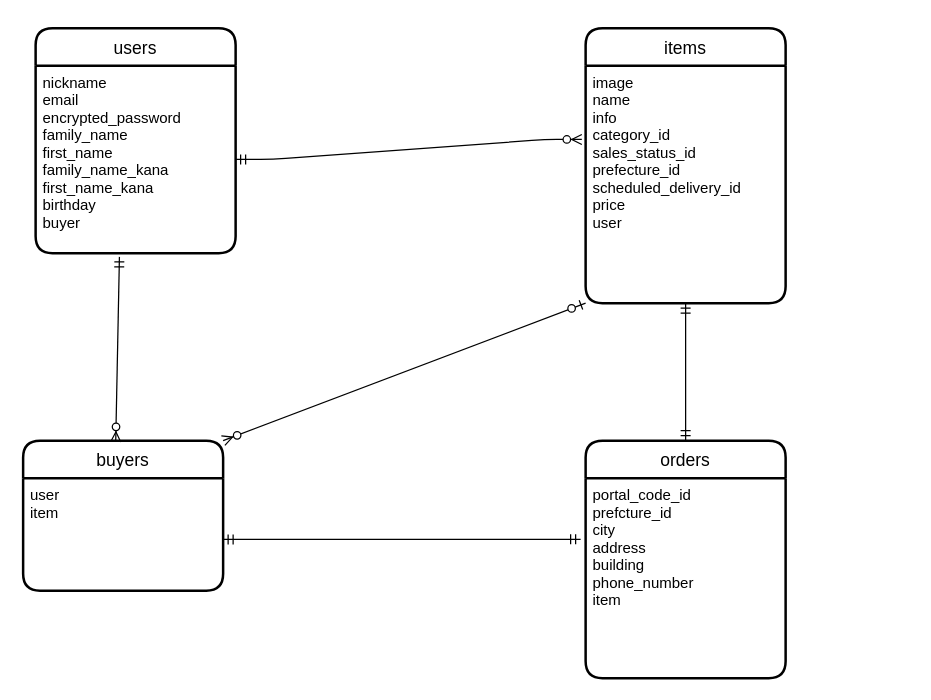
Before: db.dio in Jun922/furima-34716, a draw.io diagram. Source tidied: cells renumbered, new cells numbered last; positions are measured from the earlier drawing's top-left corner, leaving out a move shared by most shapes. Both pictures are drawn from the tidied source at 125%, with x=0, y=0 at pixel (22, 28).
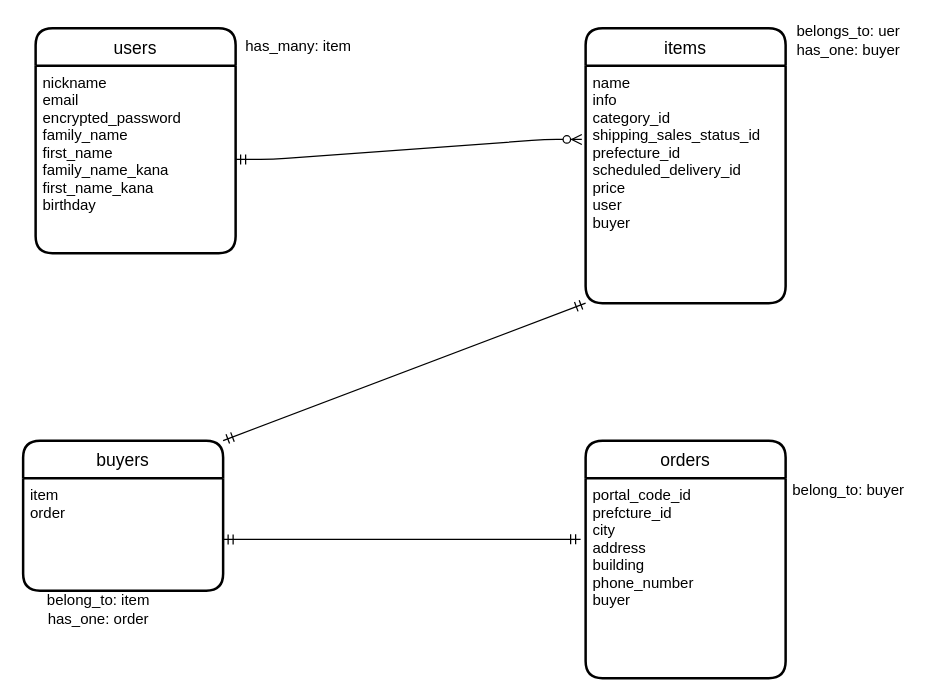
The same diagram, later.

What changed in the source:
```diff
@@
 <mxGraphModel>
   <root>
     <mxCell id="0" />
     <mxCell id="1" parent="0" />
     <mxCell id="2" value="users" style="swimlane;horizontal=1;startSize=30;rounded=1;fontSize=14;fontStyle=0;strokeWidth=2;shadow=0;dashed=0;align=center;" parent="1" vertex="1">
       <mxGeometry x="10" width="160" height="180" as="geometry" />
     </mxCell>
-    <mxCell id="3" value="nickname&#10;email&#10;encrypted_password&#10;family_name&#10;first_name&#10;family_name_kana&#10;first_name_kana&#10;birthday&#10;buyer" style="align=left;strokeColor=none;fillColor=none;spacingLeft=4;fontSize=12;verticalAlign=top;" parent="2" vertex="1">
+    <mxCell id="3" value="nickname&#10;email&#10;encrypted_password&#10;family_name&#10;first_name&#10;family_name_kana&#10;first_name_kana&#10;birthday" style="align=left;strokeColor=none;fillColor=none;spacingLeft=4;fontSize=12;verticalAlign=top;" parent="2" vertex="1">
       <mxGeometry y="30" width="160" height="150" as="geometry" />
     </mxCell>
     <mxCell id="4" value="items" style="swimlane;horizontal=1;startSize=30;rounded=1;fontSize=14;fontStyle=0;strokeWidth=2;shadow=0;dashed=0;align=center;" parent="1" vertex="1">
       <mxGeometry x="450" width="160" height="220" as="geometry" />
     </mxCell>
-    <mxCell id="5" value="image&#10;name&#10;info&#10;category_id&#10;sales_status_id&#10;prefecture_id&#10;scheduled_delivery_id&#10;price&#10;user" style="align=left;strokeColor=none;fillColor=none;spacingLeft=4;fontSize=12;verticalAlign=top;" parent="4" vertex="1">
+    <mxCell id="5" value="name&#10;info&#10;category_id&#10;shipping_sales_status_id&#10;prefecture_id&#10;scheduled_delivery_id&#10;price&#10;user&#10;buyer" style="align=left;strokeColor=none;fillColor=none;spacingLeft=4;fontSize=12;verticalAlign=top;fontStyle=0;" parent="4" vertex="1">
       <mxGeometry y="30" width="160" height="190" as="geometry" />
     </mxCell>
     <mxCell id="6" value="buyers" style="swimlane;horizontal=1;startSize=30;rounded=1;fontSize=14;fontStyle=0;strokeWidth=2;shadow=0;dashed=0;align=center;" parent="1" vertex="1">
       <mxGeometry y="330" width="160" height="120" as="geometry" />
     </mxCell>
-    <mxCell id="7" value="user&#10;item" style="align=left;strokeColor=none;fillColor=none;spacingLeft=4;fontSize=12;verticalAlign=top;" parent="6" vertex="1">
+    <mxCell id="7" value="item&#10;order" style="align=left;strokeColor=none;fillColor=none;spacingLeft=4;fontSize=12;verticalAlign=top;" parent="6" vertex="1">
       <mxGeometry y="30" width="160" height="90" as="geometry" />
     </mxCell>
     <mxCell id="8" value="orders" style="swimlane;horizontal=1;startSize=30;rounded=1;fontSize=14;fontStyle=0;strokeWidth=2;shadow=0;dashed=0;align=center;" parent="1" vertex="1">
       <mxGeometry x="450" y="330" width="160" height="190" as="geometry" />
     </mxCell>
-    <mxCell id="9" value="portal_code_id&#10;prefcture_id&#10;city&#10;address&#10;building&#10;phone_number&#10;item" style="align=left;strokeColor=none;fillColor=none;spacingLeft=4;fontSize=12;verticalAlign=top;" parent="8" vertex="1">
+    <mxCell id="9" value="portal_code_id&#10;prefcture_id&#10;city&#10;address&#10;building&#10;phone_number&#10;buyer" style="align=left;strokeColor=none;fillColor=none;spacingLeft=4;fontSize=12;verticalAlign=top;" parent="8" vertex="1">
       <mxGeometry y="30" width="160" height="160" as="geometry" />
     </mxCell>
     <mxCell id="10" style="edgeStyle=entityRelationEdgeStyle;fontSize=12;html=1;endArrow=ERzeroToMany;startArrow=ERmandOne;exitX=1;exitY=0.5;exitDx=0;exitDy=0;entryX=-0.019;entryY=0.311;entryDx=0;entryDy=0;entryPerimeter=0;" parent="1" edge="1" source="3" target="5">
       <mxGeometry relative="1" as="geometry" />
     </mxCell>
-    <mxCell id="11" style="fontSize=12;html=1;endArrow=ERzeroToMany;startArrow=ERzeroToOne;exitX=0;exitY=1;exitDx=0;exitDy=0;entryX=1;entryY=0;entryDx=0;entryDy=0;" parent="1" edge="1" source="5" target="6">
-      <mxGeometry relative="1" as="geometry" />
-    </mxCell>
-    <mxCell id="12" style="fontSize=12;html=1;endArrow=ERmandOne;startArrow=ERmandOne;exitX=0.5;exitY=0;exitDx=0;exitDy=0;entryX=0.5;entryY=1;entryDx=0;entryDy=0;" parent="1" edge="1" source="8" target="5">
-      <mxGeometry relative="1" as="geometry" />
-    </mxCell>
     <mxCell id="13" style="edgeStyle=entityRelationEdgeStyle;fontSize=12;html=1;endArrow=ERmandOne;startArrow=ERmandOne;entryX=-0.025;entryY=0.306;entryDx=0;entryDy=0;entryPerimeter=0;" parent="1" edge="1" target="9">
       <mxGeometry relative="1" as="geometry">
         <mxPoint x="160" y="409" as="sourcePoint" />
       </mxGeometry>
     </mxCell>
-    <mxCell id="14" style="fontSize=12;html=1;endArrow=ERzeroToMany;startArrow=ERmandOne;exitX=0.419;exitY=1.02;exitDx=0;exitDy=0;exitPerimeter=0;entryX=0.463;entryY=0.008;entryDx=0;entryDy=0;entryPerimeter=0;" parent="1" edge="1" source="3" target="6">
+    <mxCell id="14" style="fontSize=12;html=1;endArrow=ERmandOne;startArrow=ERmandOne;exitX=1;exitY=0;exitDx=0;exitDy=0;entryX=0;entryY=1;entryDx=0;entryDy=0;" parent="1" edge="1" source="6" target="5">
       <mxGeometry relative="1" as="geometry" />
     </mxCell>
+    <mxCell id="15" value="has_many: item" style="text;html=1;align=center;verticalAlign=middle;" parent="1" vertex="1">
+      <mxGeometry x="170" y="5" width="100" height="20" as="geometry" />
+    </mxCell>
+    <mxCell id="16" value="belongs_to: uer&lt;br&gt;has_one: buyer" style="text;html=1;align=center;verticalAlign=middle;" parent="1" vertex="1">
+      <mxGeometry x="610" y="-5" width="100" height="30" as="geometry" />
+    </mxCell>
+    <mxCell id="17" value="belong_to: item&lt;br&gt;has_one: order" style="text;html=1;align=center;verticalAlign=middle;" parent="1" vertex="1">
+      <mxGeometry x="10" y="450" width="100" height="30" as="geometry" />
+    </mxCell>
+    <mxCell id="18" value="belong_to: buyer" style="text;html=1;align=center;verticalAlign=middle;" parent="1" vertex="1">
+      <mxGeometry x="610" y="360" width="100" height="20" as="geometry" />
+    </mxCell>
   </root>
 </mxGraphModel>
```
